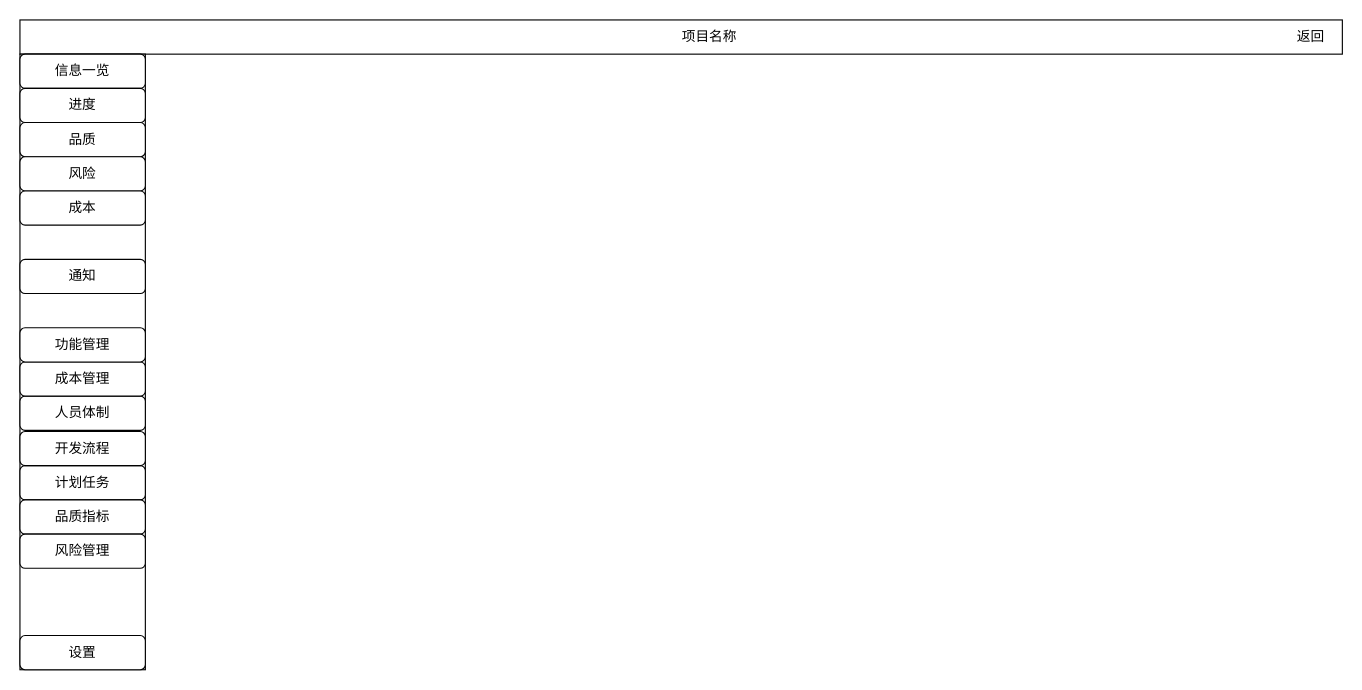
Earlier version of the draw.io diagram page "pm-project-detail" (4 of 19) of project-in-action/software-develop-management-system/doc/design/ui/sdms.drawio (callistoctopus/project-all-in-one). Source tidied: cells renumbered, new cells numbered last; positions are measured from the earlier drawing's top-left corner, leaving out a move shared by most shapes. Both pictures are drawn from the tidied source at 114%, with x=0, y=0 at pixel (19, 19).
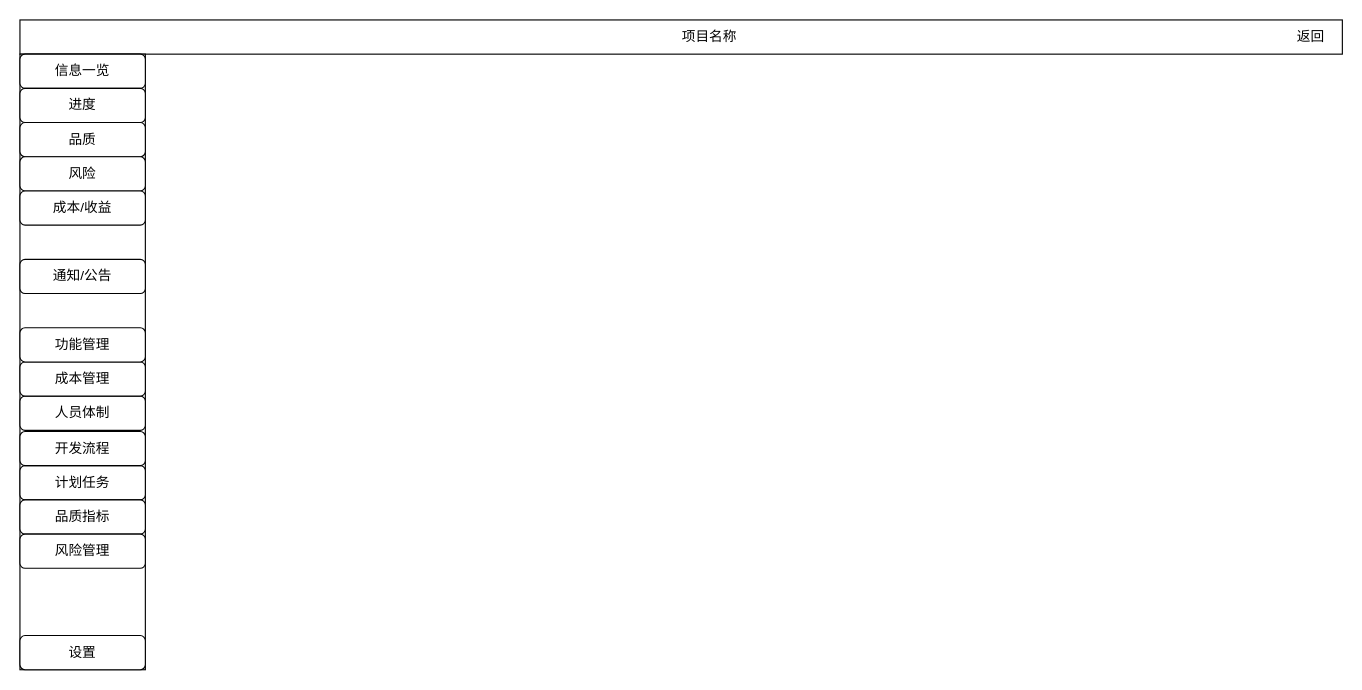
The same page after the edit.

Change to the diagram source:
```diff
@@
 <mxGraphModel>
   <root>
     <mxCell id="0" />
     <mxCell id="1" parent="0" />
     <mxCell id="2" style="whiteSpace=wrap;html=1;" parent="1" vertex="1">
       <mxGeometry width="1160" height="30" as="geometry" />
     </mxCell>
     <mxCell id="3" style="rounded=0;whiteSpace=wrap;html=1;" parent="1" vertex="1">
       <mxGeometry y="30" width="110" height="540" as="geometry" />
     </mxCell>
     <mxCell id="4" value="信息一览" style="rounded=1;whiteSpace=wrap;html=1;" parent="1" vertex="1">
       <mxGeometry y="30" width="110" height="30" as="geometry" />
     </mxCell>
     <mxCell id="5" value="计划任务" style="rounded=1;whiteSpace=wrap;html=1;" parent="1" vertex="1">
       <mxGeometry y="391" width="110" height="30" as="geometry" />
     </mxCell>
     <mxCell id="6" value="进度" style="rounded=1;whiteSpace=wrap;html=1;" parent="1" vertex="1">
       <mxGeometry y="60" width="110" height="30" as="geometry" />
     </mxCell>
     <mxCell id="7" value="品质" style="rounded=1;whiteSpace=wrap;html=1;" parent="1" vertex="1">
       <mxGeometry y="90" width="110" height="30" as="geometry" />
     </mxCell>
     <mxCell id="8" value="风险" style="rounded=1;whiteSpace=wrap;html=1;" parent="1" vertex="1">
       <mxGeometry y="120" width="110" height="30" as="geometry" />
     </mxCell>
-    <mxCell id="9" value="成本" style="rounded=1;whiteSpace=wrap;html=1;" parent="1" vertex="1">
+    <mxCell id="9" value="成本/收益" style="rounded=1;whiteSpace=wrap;html=1;" parent="1" vertex="1">
       <mxGeometry y="150" width="110" height="30" as="geometry" />
     </mxCell>
     <mxCell id="10" value="开发流程" style="rounded=1;whiteSpace=wrap;html=1;" parent="1" vertex="1">
       <mxGeometry y="361" width="110" height="30" as="geometry" />
     </mxCell>
     <mxCell id="11" value="人员体制" style="rounded=1;whiteSpace=wrap;html=1;" parent="1" vertex="1">
       <mxGeometry y="330" width="110" height="30" as="geometry" />
     </mxCell>
     <mxCell id="12" value="品质指标" style="rounded=1;whiteSpace=wrap;html=1;" parent="1" vertex="1">
       <mxGeometry y="421" width="110" height="30" as="geometry" />
     </mxCell>
     <mxCell id="13" value="风险管理" style="rounded=1;whiteSpace=wrap;html=1;" parent="1" vertex="1">
       <mxGeometry y="451" width="110" height="30" as="geometry" />
     </mxCell>
     <mxCell id="14" value="成本管理" style="rounded=1;whiteSpace=wrap;html=1;" parent="1" vertex="1">
       <mxGeometry y="300" width="110" height="30" as="geometry" />
     </mxCell>
-    <mxCell id="15" value="通知" style="rounded=1;whiteSpace=wrap;html=1;" parent="1" vertex="1">
+    <mxCell id="15" value="通知/公告" style="rounded=1;whiteSpace=wrap;html=1;" parent="1" vertex="1">
       <mxGeometry y="210" width="110" height="30" as="geometry" />
     </mxCell>
     <mxCell id="16" value="设置" style="rounded=1;whiteSpace=wrap;html=1;" parent="1" vertex="1">
       <mxGeometry y="540" width="110" height="30" as="geometry" />
     </mxCell>
     <mxCell id="17" value="返回" style="text;html=1;strokeColor=none;fillColor=none;align=center;verticalAlign=middle;whiteSpace=wrap;rounded=0;" parent="1" vertex="1">
       <mxGeometry x="1105" y="5" width="55" height="20" as="geometry" />
     </mxCell>
     <mxCell id="18" value="项目名称" style="text;html=1;strokeColor=none;fillColor=none;align=center;verticalAlign=middle;whiteSpace=wrap;rounded=0;" parent="1" vertex="1">
       <mxGeometry x="530" y="5" width="150" height="20" as="geometry" />
     </mxCell>
     <mxCell id="19" value="功能管理" style="rounded=1;whiteSpace=wrap;html=1;" parent="1" vertex="1">
       <mxGeometry y="270" width="110" height="30" as="geometry" />
     </mxCell>
   </root>
 </mxGraphModel>
```
